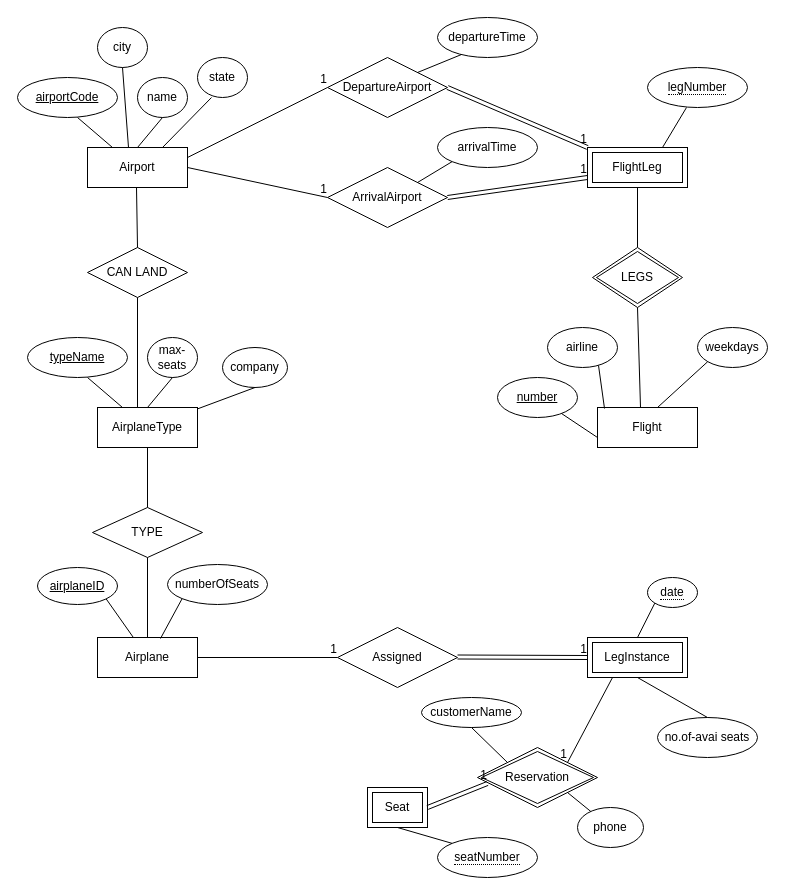
This is page "Page-3" (3 of 3) of ERdiagramforAIRLINE.drawio from joannajiang1998/Joanna, a draw.io file, before an edit. Source tidied: cells renumbered, new cells numbered last; positions are measured from the earlier drawing's top-left corner, leaving out a move shared by most shapes. Both pictures are drawn from the tidied source at 100%, with x=0, y=0 at pixel (17, 17).
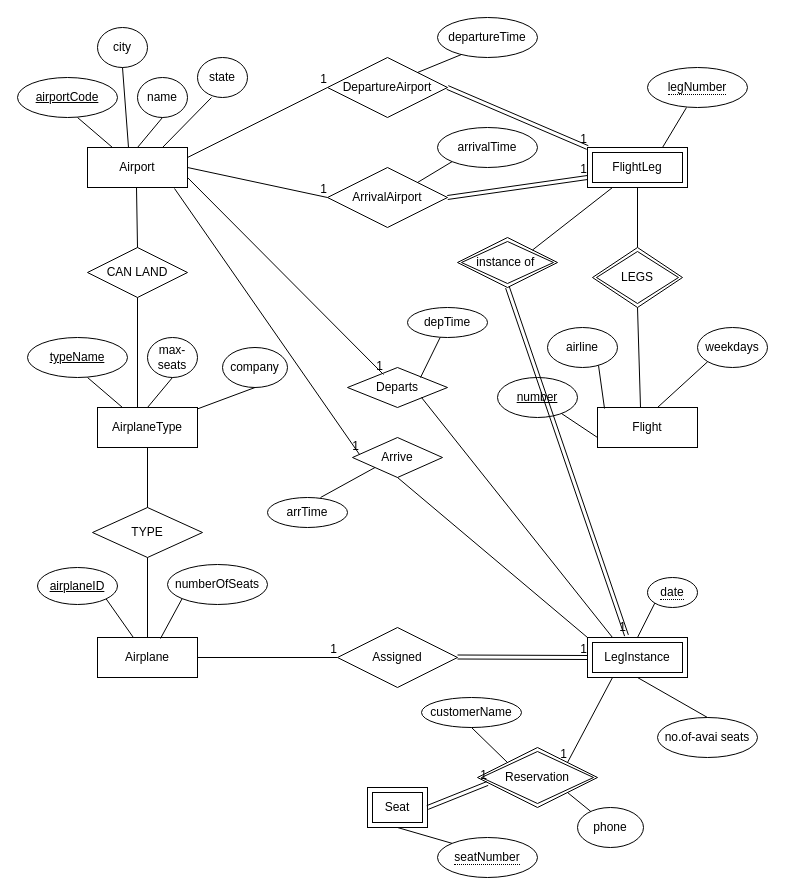
After the change.

Unchanged cells that the change refers to:
```xml
<mxCell id="2" value="Airport" style="whiteSpace=wrap;html=1;align=center;" parent="1" vertex="1">
  <mxGeometry x="70" y="130" width="100" height="40" as="geometry" />
</mxCell>
<mxCell id="33" value="FlightLeg" style="shape=ext;margin=3;double=1;whiteSpace=wrap;html=1;align=center;" parent="1" vertex="1">
  <mxGeometry x="570" y="130" width="100" height="40" as="geometry" />
</mxCell>
<mxCell id="40" value="LegInstance" style="shape=ext;margin=3;double=1;whiteSpace=wrap;html=1;align=center;" parent="1" vertex="1">
  <mxGeometry x="570" y="620" width="100" height="40" as="geometry" />
</mxCell>
```

What changed in the source:
```diff
@@
+    <mxCell id="78" value="Departs" style="shape=rhombus;perimeter=rhombusPerimeter;whiteSpace=wrap;html=1;align=center;" parent="1" vertex="1">
+      <mxGeometry x="330" y="350" width="100" height="40" as="geometry" />
+    </mxCell>
+    <mxCell id="79" value="Arrive" style="shape=rhombus;perimeter=rhombusPerimeter;whiteSpace=wrap;html=1;align=center;" parent="1" vertex="1">
+      <mxGeometry x="335" y="420" width="90" height="40" as="geometry" />
+    </mxCell>
+    <mxCell id="80" style="endArrow=none;html=1;rounded=0;exitX=1;exitY=0.75;exitDx=0;exitDy=0;entryX=0.36;entryY=0.175;entryDx=0;entryDy=0;entryPerimeter=0;" parent="1" edge="1" source="2" target="78">
+      <mxGeometry relative="1" as="geometry" />
+    </mxCell>
+    <mxCell id="81" value="1" style="html=1;align=right;verticalAlign=bottom;" parent="80" vertex="1">
+      <mxGeometry x="1" relative="1" as="geometry" />
+    </mxCell>
+    <mxCell id="82" style="endArrow=none;html=1;rounded=0;exitX=0.87;exitY=1.025;exitDx=0;exitDy=0;entryX=0.078;entryY=0.425;entryDx=0;entryDy=0;exitPerimeter=0;entryPerimeter=0;" parent="1" edge="1" source="2" target="79">
+      <mxGeometry relative="1" as="geometry" />
+    </mxCell>
+    <mxCell id="83" value="1" style="html=1;align=right;verticalAlign=bottom;" parent="82" vertex="1">
+      <mxGeometry x="1" relative="1" as="geometry" />
+    </mxCell>
+    <mxCell id="84" value="depTime" style="ellipse;whiteSpace=wrap;html=1;align=center;gradientColor=none;" parent="1" vertex="1">
+      <mxGeometry x="390" y="290" width="80" height="30" as="geometry" />
+    </mxCell>
+    <mxCell id="85" value="arrTime" style="ellipse;whiteSpace=wrap;html=1;align=center;gradientColor=none;" parent="1" vertex="1">
+      <mxGeometry x="250" y="480" width="80" height="30" as="geometry" />
+    </mxCell>
+    <mxCell id="86" style="endArrow=none;html=1;rounded=0;exitX=0.663;exitY=0;exitDx=0;exitDy=0;exitPerimeter=0;entryX=0;entryY=1;entryDx=0;entryDy=0;" parent="1" edge="1" source="85" target="79">
+      <mxGeometry relative="1" as="geometry" />
+    </mxCell>
+    <mxCell id="87" style="endArrow=none;html=1;rounded=0;" parent="1" edge="1" target="84">
+      <mxGeometry relative="1" as="geometry">
+        <mxPoint x="403" y="360" as="sourcePoint" />
+      </mxGeometry>
+    </mxCell>
+    <mxCell id="88" style="endArrow=none;html=1;rounded=0;exitX=0.5;exitY=1;exitDx=0;exitDy=0;entryX=0;entryY=0;entryDx=0;entryDy=0;" parent="1" edge="1" source="79" target="40">
+      <mxGeometry relative="1" as="geometry" />
+    </mxCell>
+    <mxCell id="89" style="endArrow=none;html=1;rounded=0;exitX=0.5;exitY=1;exitDx=0;exitDy=0;entryX=0.25;entryY=0;entryDx=0;entryDy=0;" parent="1" edge="1" target="40">
+      <mxGeometry relative="1" as="geometry">
+        <mxPoint x="404" y="380" as="sourcePoint" />
+      </mxGeometry>
+    </mxCell>
+    <mxCell id="90" value="instance of&amp;nbsp;" style="shape=rhombus;double=1;perimeter=rhombusPerimeter;whiteSpace=wrap;html=1;align=center;gradientColor=none;" parent="1" vertex="1">
+      <mxGeometry x="440" y="220" width="100" height="50" as="geometry" />
+    </mxCell>
+    <mxCell id="91" style="shape=link;html=1;rounded=0;entryX=0.39;entryY=-0.05;entryDx=0;entryDy=0;entryPerimeter=0;exitX=0.5;exitY=1;exitDx=0;exitDy=0;width=4;" parent="1" edge="1" source="90" target="40">
+      <mxGeometry relative="1" as="geometry" />
+    </mxCell>
+    <mxCell id="92" value="1" style="html=1;align=right;verticalAlign=bottom;" parent="91" vertex="1">
+      <mxGeometry x="1" relative="1" as="geometry" />
+    </mxCell>
+    <mxCell id="93" style="endArrow=none;html=1;rounded=0;entryX=0.25;entryY=1;entryDx=0;entryDy=0;exitX=1;exitY=0;exitDx=0;exitDy=0;" parent="1" edge="1" source="90" target="33">
+      <mxGeometry relative="1" as="geometry" />
+    </mxCell>
```
